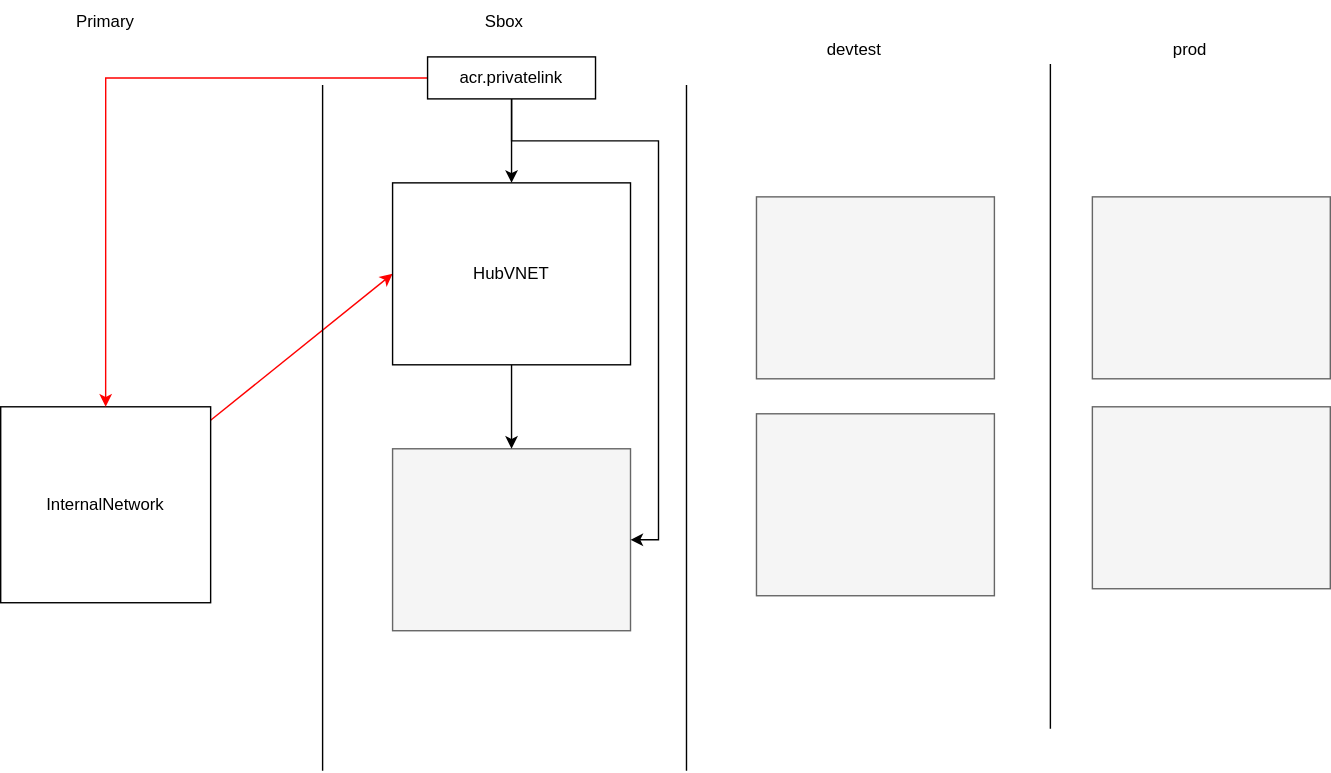
vjavle/invoicecloud keeps this draw.io diagram as infra/HubSpokeLinkingBeforePalo.svg. Above is the earlier version. Source tidied: cells renumbered, new cells last; positions are measured from the earlier drawing's top-left corner, leaving out a move shared by most shapes.
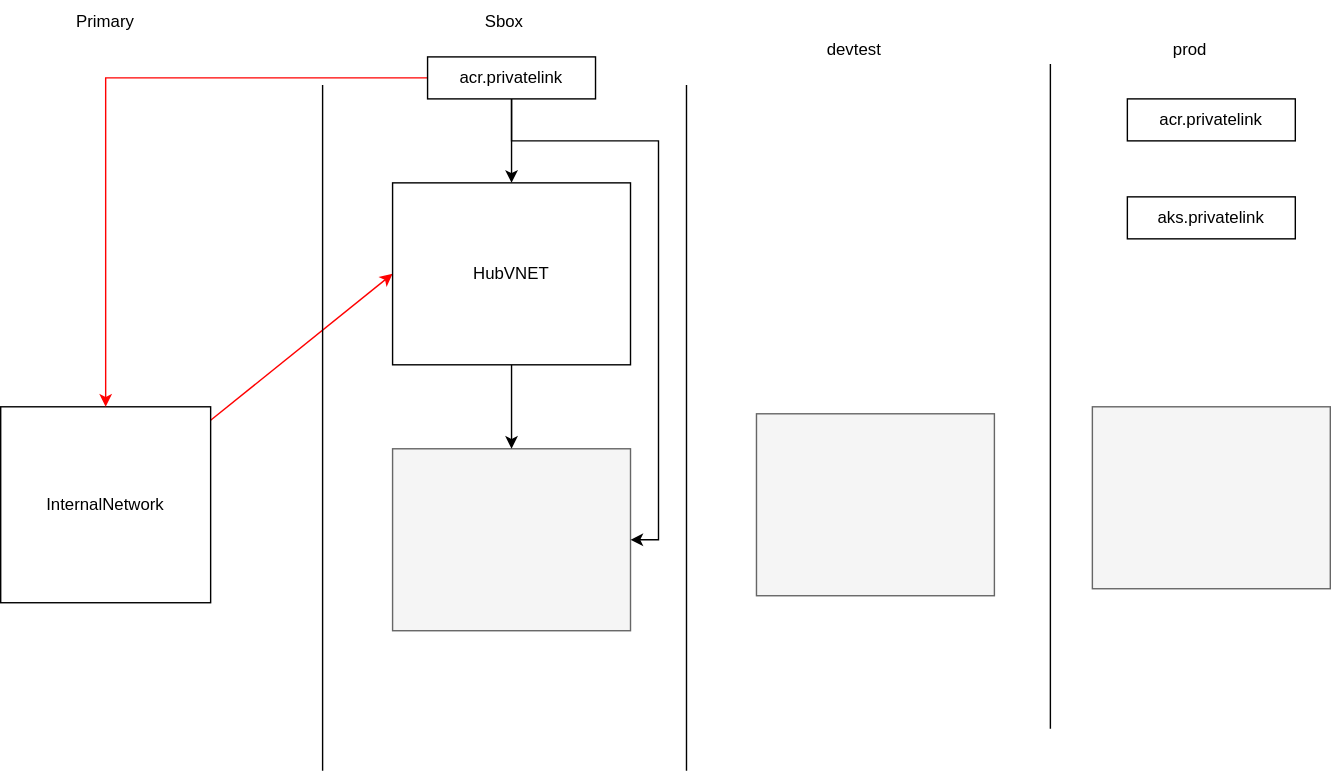
Above is the later version.

What changed in the source:
```diff
@@ -23,12 +23,6 @@
     <mxCell id="8" value="HubVNET" style="rounded=0;whiteSpace=wrap;html=1;" parent="1" vertex="1">
       <mxGeometry x="280" y="130" width="170" height="130" as="geometry" />
     </mxCell>
-    <mxCell id="9" style="rounded=0;whiteSpace=wrap;html=1;fillColor=#f5f5f5;fontColor=#333333;strokeColor=#666666;" parent="1" vertex="1">
-      <mxGeometry x="540" y="140" width="170" height="130" as="geometry" />
-    </mxCell>
-    <mxCell id="10" style="rounded=0;whiteSpace=wrap;html=1;fillColor=#f5f5f5;fontColor=#333333;strokeColor=#666666;" parent="1" vertex="1">
-      <mxGeometry x="780" y="140" width="170" height="130" as="geometry" />
-    </mxCell>
     <mxCell id="11" style="endArrow=none;html=1;rounded=0;" parent="1" edge="1">
       <mxGeometry relative="1" as="geometry">
         <mxPoint x="230" y="550" as="sourcePoint" />
@@ -77,5 +71,11 @@
     <mxCell id="21" value="acr.privatelink" style="rounded=0;whiteSpace=wrap;html=1;" parent="1" vertex="1">
       <mxGeometry x="305" y="40" width="120" height="30" as="geometry" />
     </mxCell>
+    <mxCell id="22" value="acr.privatelink" style="rounded=0;whiteSpace=wrap;html=1;" parent="1" vertex="1">
+      <mxGeometry x="805" y="70" width="120" height="30" as="geometry" />
+    </mxCell>
+    <mxCell id="23" value="aks.privatelink" style="rounded=0;whiteSpace=wrap;html=1;" parent="1" vertex="1">
+      <mxGeometry x="805" y="140" width="120" height="30" as="geometry" />
+    </mxCell>
   </root>
 </mxGraphModel>
```
